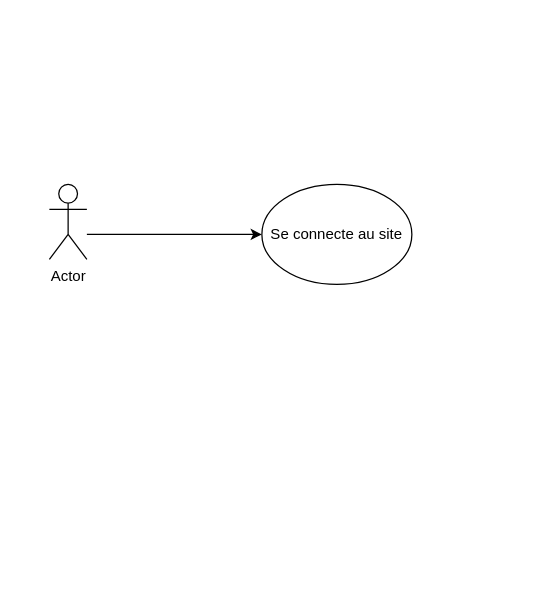
Before: Diagramme sans nom.drawio in camille-fs/springboot_crud_demo, a draw.io diagram. Source tidied: cells renumbered, new cells numbered last; positions are measured from the earlier drawing's top-left corner, leaving out a move shared by most shapes. Both pictures are drawn from the tidied source at 125%, with x=0, y=0 at pixel (49, 184).
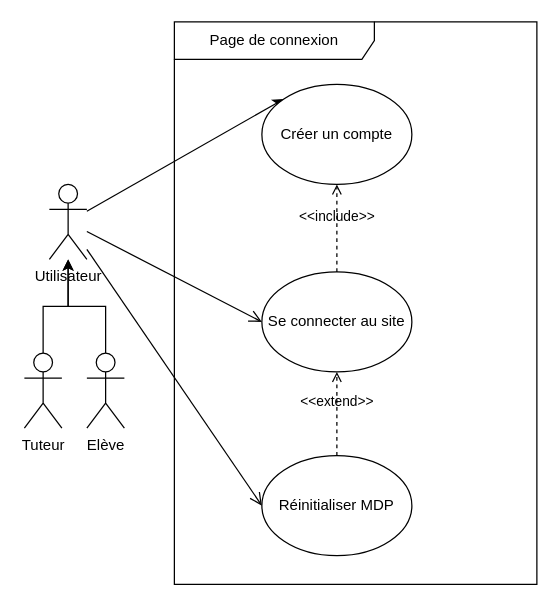
The same diagram, later.

Commit message:
Mettre à jour Diagramme sans nom.drawio

Change to the diagram source:
```diff
@@
 <mxGraphModel>
   <root>
     <mxCell id="0" />
     <mxCell id="1" parent="0" />
-    <mxCell id="2" value="Actor" style="shape=umlActor;verticalLabelPosition=bottom;verticalAlign=top;html=1;outlineConnect=0;" parent="1" vertex="1">
+    <mxCell id="2" value="Utilisateur" style="shape=umlActor;verticalLabelPosition=bottom;verticalAlign=top;html=1;outlineConnect=0;" parent="1" vertex="1">
       <mxGeometry width="30" height="60" as="geometry" />
     </mxCell>
-    <mxCell id="3" style="endArrow=classic;html=1;rounded=0;exitX=1;exitY=0.3333333333333333;exitDx=0;exitDy=0;exitPerimeter=0;" parent="1" edge="1">
-      <mxGeometry relative="1" as="geometry">
-        <mxPoint x="30" y="40" as="sourcePoint" />
-        <mxPoint x="170" y="40" as="targetPoint" />
-        <Array as="points">
-          <mxPoint x="100" y="40" />
-        </Array>
-      </mxGeometry>
+    <mxCell id="3" style="endArrow=classic;html=1;rounded=0;entryX=0;entryY=0;entryDx=0;entryDy=0;" parent="1" edge="1" source="2" target="4">
+      <mxGeometry relative="1" as="geometry" />
     </mxCell>
-    <mxCell id="4" value="Se connecte au site" style="ellipse;whiteSpace=wrap;html=1;" parent="1" vertex="1">
-      <mxGeometry x="170" width="120" height="80" as="geometry" />
+    <mxCell id="4" value="Créer un compte" style="ellipse;whiteSpace=wrap;html=1;" parent="1" vertex="1">
+      <mxGeometry x="170" y="-80" width="120" height="80" as="geometry" />
     </mxCell>
+    <mxCell id="5" value="Se connecter au site" style="ellipse;whiteSpace=wrap;html=1;" parent="1" vertex="1">
+      <mxGeometry x="170" y="70" width="120" height="80" as="geometry" />
+    </mxCell>
+    <mxCell id="6" value="Réinitialiser MDP" style="ellipse;whiteSpace=wrap;html=1;" parent="1" vertex="1">
+      <mxGeometry x="170" y="217" width="120" height="80" as="geometry" />
+    </mxCell>
+    <mxCell id="7" style="edgeStyle=orthogonalEdgeStyle;rounded=0;jettySize=auto;html=1;" parent="1" edge="1" source="8" target="2">
+      <mxGeometry relative="1" as="geometry" />
+    </mxCell>
+    <mxCell id="8" value="Tuteur" style="shape=umlActor;verticalLabelPosition=bottom;verticalAlign=top;html=1;outlineConnect=0;" parent="1" vertex="1">
+      <mxGeometry x="-20" y="135" width="30" height="60" as="geometry" />
+    </mxCell>
+    <mxCell id="9" style="edgeStyle=orthogonalEdgeStyle;rounded=0;jettySize=auto;html=1;" parent="1" edge="1" source="10" target="2">
+      <mxGeometry relative="1" as="geometry" />
+    </mxCell>
+    <mxCell id="10" value="Elève" style="shape=umlActor;verticalLabelPosition=bottom;verticalAlign=top;html=1;" parent="1" vertex="1">
+      <mxGeometry x="30" y="135" width="30" height="60" as="geometry" />
+    </mxCell>
+    <mxCell id="11" style="endArrow=open;startArrow=none;endFill=0;startFill=0;endSize=8;html=1;verticalAlign=bottom;labelBackgroundColor=none;strokeWidth=1;rounded=0;entryX=0;entryY=0.5;entryDx=0;entryDy=0;" parent="1" edge="1" source="2" target="6">
+      <mxGeometry relative="1" as="geometry" />
+    </mxCell>
+    <mxCell id="12" style="endArrow=open;startArrow=none;endFill=0;startFill=0;endSize=8;html=1;verticalAlign=bottom;labelBackgroundColor=none;strokeWidth=1;rounded=0;entryX=0;entryY=0.5;entryDx=0;entryDy=0;" parent="1" edge="1" source="2" target="5">
+      <mxGeometry relative="1" as="geometry" />
+    </mxCell>
+    <mxCell id="13" value="&amp;lt;&amp;lt;extend&amp;gt;&amp;gt;" style="html=1;verticalAlign=bottom;labelBackgroundColor=none;endArrow=open;endFill=0;dashed=1;rounded=0;exitX=0.5;exitY=0;exitDx=0;exitDy=0;entryX=0.5;entryY=1;entryDx=0;entryDy=0;" parent="1" edge="1" source="6" target="5">
+      <mxGeometry relative="1" as="geometry" />
+    </mxCell>
+    <mxCell id="14" value="&amp;lt;&amp;lt;include&amp;gt;&amp;gt;" style="html=1;verticalAlign=bottom;labelBackgroundColor=none;endArrow=open;endFill=0;dashed=1;rounded=0;exitX=0.5;exitY=0;exitDx=0;exitDy=0;" parent="1" edge="1" source="5" target="4">
+      <mxGeometry relative="1" as="geometry" />
+    </mxCell>
+    <mxCell id="15" value="Page de connexion" style="shape=umlFrame;whiteSpace=wrap;html=1;width=160;" parent="1" vertex="1">
+      <mxGeometry x="100" y="-130" width="290" height="450" as="geometry" />
+    </mxCell>
   </root>
 </mxGraphModel>
```
